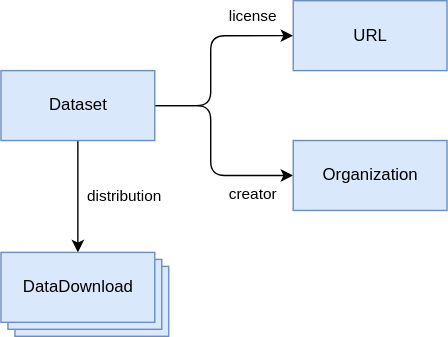
Before: model.svg, a diagram exported from draw.io (netwerk-digitaal-erfgoed/requirements-datasets). Source tidied: cells renumbered, new cells last; positions are measured from the earlier drawing's top-left corner, leaving out a move shared by most shapes.
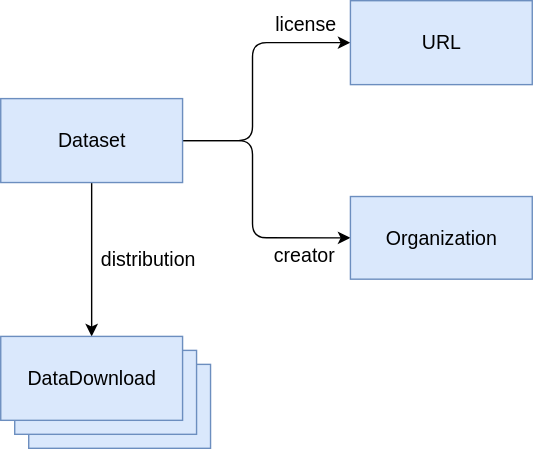
Later version of the same file.

The edit, as a diff of the source:
```diff
@@ -2,45 +2,47 @@
   <root>
     <mxCell id="0" />
     <mxCell id="1" parent="0" />
+    <mxCell id="12" value="DataDownload" style="fillColor=#dae8fc;strokeColor=#6c8ebf;labelBackgroundColor=none;html=1;fontSize=14;" parent="1" vertex="1">
+      <mxGeometry x="20" y="260" width="130" height="60" as="geometry" />
+    </mxCell>
+    <mxCell id="13" value="DataDownload" style="fillColor=#dae8fc;strokeColor=#6c8ebf;labelBackgroundColor=none;html=1;fontSize=14;" parent="1" vertex="1">
+      <mxGeometry x="10" y="250" width="130" height="60" as="geometry" />
+    </mxCell>
+    <mxCell id="3" value="distribution" style="edgeStyle=orthogonalEdgeStyle;rounded=0;jettySize=auto;html=1;labelBackgroundColor=none;align=left;fontSize=14;" parent="1" edge="1" source="5" target="10">
+      <mxGeometry y="5" relative="1" as="geometry" />
+    </mxCell>
+    <mxCell id="14" style="edgeStyle=orthogonalEdgeStyle;rounded=1;comic=0;jettySize=auto;html=1;entryX=0;entryY=0.5;entryDx=0;entryDy=0;labelBackgroundColor=none;endArrow=classic;endFill=1;fontSize=14;align=center;" parent="1" edge="1" source="5" target="6">
+      <mxGeometry relative="1" as="geometry">
+        <Array as="points">
+          <mxPoint x="180" y="100" />
+          <mxPoint x="180" y="169" />
+        </Array>
+      </mxGeometry>
+    </mxCell>
-    <mxCell id="2" value="creator" style="edgeStyle=orthogonalEdgeStyle;rounded=1;jettySize=auto;html=1;spacingTop=0;spacingBottom=0;labelBackgroundColor=none;entryX=0;entryY=0.5;entryDx=0;entryDy=0;align=center;verticalAlign=top;" parent="1" edge="1" source="5" target="6">
-      <mxGeometry x="0.61" relative="1" as="geometry">
-        <Array as="points">
-          <mxPoint x="150" y="75" />
-          <mxPoint x="150" y="125" />
-        </Array>
+    <mxCell id="2" value="creator" style="edgeLabel;html=1;align=center;verticalAlign=middle;fontSize=14;spacingTop=0;" parent="14" vertex="1">
+      <mxGeometry x="0.57" relative="1" as="geometry">
+        <mxPoint x="8.1" y="12.5" as="offset" />
       </mxGeometry>
     </mxCell>
-    <mxCell id="3" value="distribution" style="edgeStyle=orthogonalEdgeStyle;rounded=0;jettySize=auto;html=1;labelBackgroundColor=none;align=left;" parent="1" edge="1" source="5" target="10">
-      <mxGeometry y="5" relative="1" as="geometry" />
-    </mxCell>
-    <mxCell id="4" value="license" style="edgeStyle=orthogonalEdgeStyle;rounded=1;jettySize=auto;html=1;entryX=0;entryY=0.5;entryDx=0;entryDy=0;labelBackgroundColor=none;endArrow=classic;endFill=1;spacingBottom=0;verticalAlign=bottom;" parent="1" edge="1" source="5" target="11">
-      <mxGeometry x="0.61" y="5" relative="1" as="geometry">
+    <mxCell id="4" value="license" style="edgeStyle=orthogonalEdgeStyle;rounded=1;comic=0;jettySize=auto;html=1;entryX=0;entryY=0.5;entryDx=0;entryDy=0;labelBackgroundColor=none;endArrow=classic;endFill=1;fontSize=14;align=center;" parent="1" edge="1" source="5" target="11">
+      <mxGeometry x="0.66" y="13" relative="1" as="geometry">
         <Array as="points">
-          <mxPoint x="150" y="75" />
-          <mxPoint x="150" y="25" />
+          <mxPoint x="180" y="100" />
+          <mxPoint x="180" y="30" />
         </Array>
       </mxGeometry>
     </mxCell>
-    <mxCell id="5" value="Dataset" style="html=1;fillColor=#dae8fc;strokeColor=#6c8ebf;" parent="1" vertex="1">
-      <mxGeometry y="50" width="110" height="50" as="geometry" />
+    <mxCell id="5" value="Dataset" style="html=1;fillColor=#dae8fc;strokeColor=#6c8ebf;fontSize=14;" parent="1" vertex="1">
+      <mxGeometry y="70" width="130" height="60" as="geometry" />
     </mxCell>
-    <mxCell id="6" value="Organization" style="html=1;fillColor=#dae8fc;strokeColor=#6c8ebf;" parent="1" vertex="1">
-      <mxGeometry x="209" y="100" width="110" height="50" as="geometry" />
+    <mxCell id="6" value="&lt;font style=&quot;font-size: 14px&quot;&gt;Organization&lt;/font&gt;" style="html=1;fillColor=#dae8fc;strokeColor=#6c8ebf;fontSize=14;" parent="1" vertex="1">
+      <mxGeometry x="250" y="140" width="130" height="59.1" as="geometry" />
     </mxCell>
-    <mxCell id="7" style="group;" parent="1" vertex="1">
-      <mxGeometry y="180" width="120" height="60" as="geometry" />
-    </mxCell>
-    <mxCell id="8" value="DataDownload" style="fillColor=#dae8fc;strokeColor=#6c8ebf;labelBackgroundColor=none;html=1;" parent="7" vertex="1">
-      <mxGeometry x="10" y="10" width="110" height="50" as="geometry" />
-    </mxCell>
-    <mxCell id="9" value="DataDownload" style="fillColor=#dae8fc;strokeColor=#6c8ebf;labelBackgroundColor=none;html=1;" parent="7" vertex="1">
-      <mxGeometry x="5" y="5" width="110" height="50" as="geometry" />
-    </mxCell>
+    <mxCell id="11" value="URL" style="html=1;fillColor=#dae8fc;strokeColor=#6c8ebf;fontSize=14;" parent="1" vertex="1">
+      <mxGeometry x="250" width="130" height="60" as="geometry" />
+    </mxCell>
-    <mxCell id="10" value="DataDownload" style="fillColor=#dae8fc;strokeColor=#6c8ebf;labelBackgroundColor=none;html=1;" parent="7" vertex="1">
-      <mxGeometry width="110" height="50" as="geometry" />
+    <mxCell id="10" value="DataDownload" style="fillColor=#dae8fc;strokeColor=#6c8ebf;labelBackgroundColor=none;html=1;fontSize=14;" parent="1" vertex="1">
+      <mxGeometry y="240" width="130" height="60" as="geometry" />
     </mxCell>
-    <mxCell id="11" value="URL" style="html=1;fillColor=#dae8fc;strokeColor=#6c8ebf;" parent="1" vertex="1">
-      <mxGeometry x="209" width="110" height="50" as="geometry" />
-    </mxCell>
   </root>
 </mxGraphModel>
```
